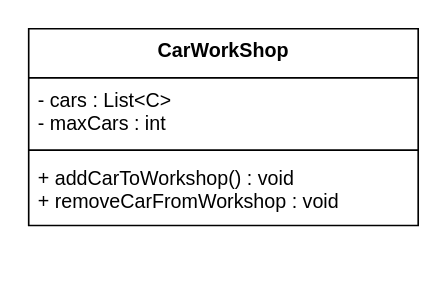
The draw.io diagram page "carworkshop" (4 of 4) of docs/Vehicle.drawio in Systemiac/oop_assignments, before the edit. Source tidied: cells renumbered, new cells numbered last; positions are measured from the earlier drawing's top-left corner, leaving out a move shared by most shapes. Both pictures are drawn from the tidied source at 164%, with x=0, y=0 at pixel (28, 28).
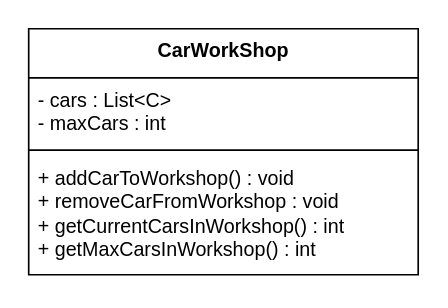
Above is the later version.

Diff of the diagram source:
```diff
@@
 <mxGraphModel>
   <root>
     <mxCell id="0" />
     <mxCell id="1" parent="0" />
     <mxCell id="2" value="CarWorkShop&lt;div&gt;&lt;/div&gt;" style="swimlane;fontStyle=1;align=center;verticalAlign=top;horizontal=1;startSize=30;whiteSpace=wrap;html=1;" parent="1" vertex="1">
-      <mxGeometry width="237.5" height="120" as="geometry" />
+      <mxGeometry width="237.5" height="150" as="geometry" />
     </mxCell>
     <mxCell id="3" value="&lt;div&gt;- cars :&amp;nbsp;&lt;span style=&quot;background-color: transparent; color: light-dark(rgb(0, 0, 0), rgb(255, 255, 255));&quot;&gt;List&amp;lt;C&amp;gt;&lt;/span&gt;&lt;/div&gt;&lt;div&gt;- maxCars : int&lt;br&gt;&lt;/div&gt;" style="text;strokeColor=none;fillColor=none;align=left;verticalAlign=top;spacingLeft=4;spacingRight=4;overflow=hidden;whiteSpace=wrap;html=1;" parent="2" vertex="1">
       <mxGeometry y="30" width="237.5" height="40" as="geometry" />
     </mxCell>
     <mxCell id="4" style="line;strokeWidth=1;fillColor=none;align=left;verticalAlign=middle;spacingTop=-1;spacingLeft=3;spacingRight=3;labelPosition=right;strokeColor=inherit;" parent="2" vertex="1">
       <mxGeometry y="70" width="237.5" height="8" as="geometry" />
     </mxCell>
-    <mxCell id="5" value="&lt;div&gt;+ addCarToWorkshop() : void&lt;/div&gt;&lt;div&gt;+ removeCarFromWorkshop : void&lt;br&gt;&lt;/div&gt;" style="text;strokeColor=none;fillColor=none;align=left;verticalAlign=top;spacingLeft=4;spacingRight=4;overflow=hidden;whiteSpace=wrap;html=1;" parent="2" vertex="1">
-      <mxGeometry y="78" width="237.5" height="42" as="geometry" />
+    <mxCell id="5" value="&lt;div&gt;+ addCarToWorkshop() : void&lt;/div&gt;&lt;div&gt;+ removeCarFromWorkshop : void&lt;br&gt;&lt;/div&gt;&lt;div&gt;+ getCurrentCarsInWorkshop() : int&lt;/div&gt;&lt;div&gt;+ getMaxCarsInWorkshop() : int&lt;/div&gt;" style="text;strokeColor=none;fillColor=none;align=left;verticalAlign=top;spacingLeft=4;spacingRight=4;overflow=hidden;whiteSpace=wrap;html=1;" parent="2" vertex="1">
+      <mxGeometry y="78" width="237.5" height="72" as="geometry" />
     </mxCell>
   </root>
 </mxGraphModel>
```
